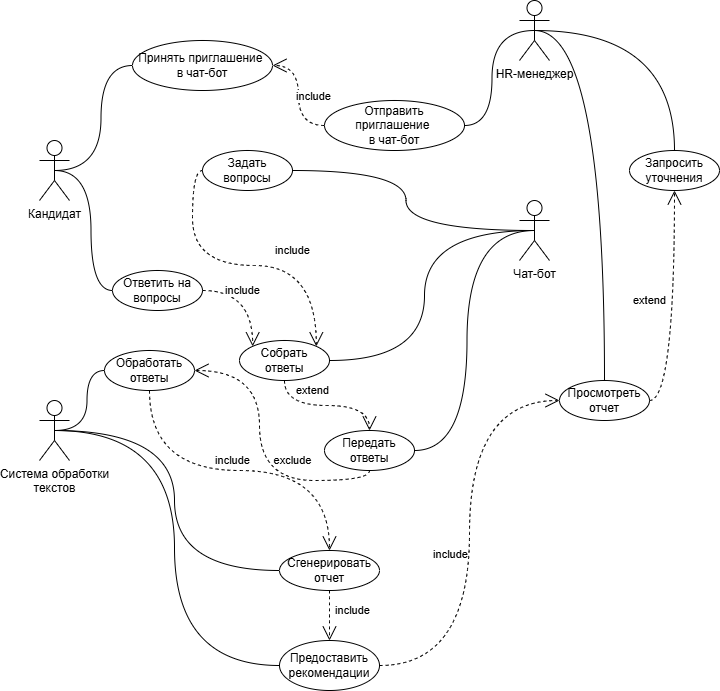
Before: Диаграмма вариантов использования.drawio.png, a diagram exported from draw.io (Evgeny-Yakovlev73/Diagramms). Source tidied: cells renumbered, new cells last; positions are measured from the earlier drawing's top-left corner, leaving out a move shared by most shapes. The source it was exported from:
```xml
<mxGraphModel background="#ffffff">
  <root>
    <mxCell id="0" style="html=1;" />
    <mxCell id="1" style="html=1;" parent="0" />
    <mxCell id="2" value="Кандидат" style="shape=umlActor;verticalLabelPosition=bottom;verticalAlign=top;html=1;outlineConnect=0;" parent="1" vertex="1">
      <mxGeometry y="140" width="30" height="60" as="geometry" />
    </mxCell>
    <mxCell id="3" value="HR-м&lt;span style=&quot;background-color: initial;&quot;&gt;енеджер&lt;/span&gt;" style="shape=umlActor;verticalLabelPosition=bottom;verticalAlign=top;html=1;outlineConnect=0;" parent="1" vertex="1">
      <mxGeometry x="480" width="30" height="60" as="geometry" />
    </mxCell>
    <mxCell id="4" value="Отправить приглашение&amp;nbsp;&lt;div&gt;в чат-бот&lt;/div&gt;" style="ellipse;whiteSpace=wrap;html=1;" parent="1" vertex="1">
      <mxGeometry x="285" y="100" width="140" height="50" as="geometry" />
    </mxCell>
    <mxCell id="5" value="Система обработки&lt;div&gt;текстов&lt;/div&gt;" style="shape=umlActor;verticalLabelPosition=bottom;verticalAlign=top;html=1;outlineConnect=0;" parent="1" vertex="1">
      <mxGeometry y="400" width="30" height="60" as="geometry" />
    </mxCell>
    <mxCell id="6" style="endArrow=none;html=1;edgeStyle=orthogonalEdgeStyle;rounded=0;entryX=0;entryY=0.5;entryDx=0;entryDy=0;elbow=vertical;exitX=0.5;exitY=0.5;exitDx=0;exitDy=0;exitPerimeter=0;curved=1;" parent="1" edge="1" source="2" target="17">
      <mxGeometry relative="1" as="geometry" />
    </mxCell>
    <mxCell id="7" value="Чат-бот" style="shape=umlActor;verticalLabelPosition=bottom;verticalAlign=top;html=1;outlineConnect=0;" parent="1" vertex="1">
      <mxGeometry x="480" y="200" width="30" height="60" as="geometry" />
    </mxCell>
    <mxCell id="8" value="Ответить на вопросы" style="ellipse;whiteSpace=wrap;html=1;" parent="1" vertex="1">
      <mxGeometry x="73" y="270" width="90" height="40" as="geometry" />
    </mxCell>
    <mxCell id="9" value="Задать вопросы" style="ellipse;whiteSpace=wrap;html=1;" parent="1" vertex="1">
      <mxGeometry x="163" y="150" width="90" height="40" as="geometry" />
    </mxCell>
    <mxCell id="10" value="Собрать ответы" style="ellipse;whiteSpace=wrap;html=1;" parent="1" vertex="1">
      <mxGeometry x="200" y="340" width="90" height="40" as="geometry" />
    </mxCell>
    <mxCell id="11" value="Передать ответы" style="ellipse;whiteSpace=wrap;html=1;" parent="1" vertex="1">
      <mxGeometry x="285" y="430" width="90" height="40" as="geometry" />
    </mxCell>
    <mxCell id="12" value="Обработать ответы" style="ellipse;whiteSpace=wrap;html=1;" parent="1" vertex="1">
      <mxGeometry x="65" y="350" width="90" height="40" as="geometry" />
    </mxCell>
    <mxCell id="13" value="Сгенерировать отчет" style="ellipse;whiteSpace=wrap;html=1;" parent="1" vertex="1">
      <mxGeometry x="240" y="550" width="100" height="40" as="geometry" />
    </mxCell>
    <mxCell id="14" value="Предоставить рекомендации" style="ellipse;whiteSpace=wrap;html=1;" parent="1" vertex="1">
      <mxGeometry x="240" y="640" width="100" height="50" as="geometry" />
    </mxCell>
    <mxCell id="15" value="Просмотреть отчет" style="ellipse;whiteSpace=wrap;html=1;" parent="1" vertex="1">
      <mxGeometry x="520" y="380" width="90" height="40" as="geometry" />
    </mxCell>
    <mxCell id="16" value="Запросить уточнения" style="ellipse;whiteSpace=wrap;html=1;" parent="1" vertex="1">
      <mxGeometry x="590" y="150" width="90" height="40" as="geometry" />
    </mxCell>
    <mxCell id="17" value="Принять приглашение&amp;nbsp;&lt;div&gt;в чат-бот&lt;/div&gt;" style="ellipse;whiteSpace=wrap;html=1;" parent="1" vertex="1">
      <mxGeometry x="93" y="40" width="140" height="50" as="geometry" />
    </mxCell>
    <mxCell id="18" value="include" style="endArrow=open;endSize=12;dashed=1;html=1;rounded=0;exitX=0;exitY=0.5;exitDx=0;exitDy=0;entryX=1;entryY=0.5;entryDx=0;entryDy=0;edgeStyle=orthogonalEdgeStyle;curved=1;" parent="1" edge="1" source="4" target="17">
      <mxGeometry x="-0.01" y="-15" relative="1" as="geometry" />
    </mxCell>
    <mxCell id="19" style="endArrow=none;html=1;edgeStyle=orthogonalEdgeStyle;rounded=0;elbow=vertical;curved=1;entryX=1;entryY=0.5;entryDx=0;entryDy=0;exitX=0.5;exitY=0.5;exitDx=0;exitDy=0;exitPerimeter=0;" parent="1" edge="1" source="3" target="4">
      <mxGeometry relative="1" as="geometry" />
    </mxCell>
    <mxCell id="20" style="endArrow=none;html=1;edgeStyle=orthogonalEdgeStyle;rounded=0;elbow=vertical;curved=1;entryX=1;entryY=0.5;entryDx=0;entryDy=0;exitX=0.5;exitY=0.5;exitDx=0;exitDy=0;exitPerimeter=0;" parent="1" edge="1" source="7" target="9">
      <mxGeometry relative="1" as="geometry" />
    </mxCell>
    <mxCell id="21" style="endArrow=none;html=1;edgeStyle=orthogonalEdgeStyle;rounded=0;entryX=0;entryY=0.5;entryDx=0;entryDy=0;elbow=vertical;exitX=0.5;exitY=0.5;exitDx=0;exitDy=0;exitPerimeter=0;curved=1;" parent="1" edge="1" source="2" target="8">
      <mxGeometry relative="1" as="geometry" />
    </mxCell>
    <mxCell id="22" value="include" style="endArrow=open;endSize=12;dashed=1;html=1;rounded=0;exitX=1;exitY=0.5;exitDx=0;exitDy=0;entryX=0;entryY=0;entryDx=0;entryDy=0;edgeStyle=orthogonalEdgeStyle;curved=1;" parent="1" edge="1" source="8" target="10">
      <mxGeometry x="-0.25" relative="1" as="geometry" />
    </mxCell>
    <mxCell id="23" value="include" style="endArrow=open;endSize=12;dashed=1;html=1;rounded=0;exitX=0;exitY=0.5;exitDx=0;exitDy=0;entryX=1;entryY=0;entryDx=0;entryDy=0;edgeStyle=orthogonalEdgeStyle;curved=1;" parent="1" edge="1" source="9" target="10">
      <mxGeometry x="0.33" y="15" relative="1" as="geometry" />
    </mxCell>
    <mxCell id="24" style="endArrow=none;html=1;edgeStyle=orthogonalEdgeStyle;rounded=0;elbow=vertical;curved=1;entryX=1;entryY=0.5;entryDx=0;entryDy=0;exitX=0.5;exitY=0.5;exitDx=0;exitDy=0;exitPerimeter=0;" parent="1" edge="1" source="7" target="10">
      <mxGeometry relative="1" as="geometry" />
    </mxCell>
    <mxCell id="25" style="endArrow=none;html=1;edgeStyle=orthogonalEdgeStyle;rounded=0;elbow=vertical;curved=1;entryX=1;entryY=0.5;entryDx=0;entryDy=0;exitX=0.5;exitY=0.5;exitDx=0;exitDy=0;exitPerimeter=0;" parent="1" edge="1" source="7" target="11">
      <mxGeometry relative="1" as="geometry" />
    </mxCell>
    <mxCell id="26" value="extend" style="endArrow=open;endSize=12;dashed=1;html=1;rounded=0;exitX=0.5;exitY=1;exitDx=0;exitDy=0;entryX=0.5;entryY=0;entryDx=0;entryDy=0;edgeStyle=orthogonalEdgeStyle;curved=1;" parent="1" edge="1" source="10" target="11">
      <mxGeometry x="-0.21" y="15" relative="1" as="geometry" />
    </mxCell>
    <mxCell id="27" value="exclude" style="endArrow=open;endSize=12;dashed=1;html=1;rounded=0;exitX=0.5;exitY=1;exitDx=0;exitDy=0;entryX=1;entryY=0.5;entryDx=0;entryDy=0;edgeStyle=orthogonalEdgeStyle;curved=1;" parent="1" edge="1" source="11" target="12">
      <mxGeometry x="-0.41" y="-20" relative="1" as="geometry" />
    </mxCell>
    <mxCell id="28" style="endArrow=none;html=1;edgeStyle=orthogonalEdgeStyle;rounded=0;entryX=0;entryY=0.5;entryDx=0;entryDy=0;elbow=vertical;exitX=0.5;exitY=0.5;exitDx=0;exitDy=0;exitPerimeter=0;curved=1;" parent="1" edge="1" source="5" target="12">
      <mxGeometry relative="1" as="geometry" />
    </mxCell>
    <mxCell id="29" style="endArrow=none;html=1;edgeStyle=orthogonalEdgeStyle;rounded=0;entryX=0;entryY=0.5;entryDx=0;entryDy=0;elbow=vertical;exitX=0.5;exitY=0.5;exitDx=0;exitDy=0;exitPerimeter=0;curved=1;" parent="1" edge="1" source="5" target="13">
      <mxGeometry relative="1" as="geometry" />
    </mxCell>
    <mxCell id="30" style="endArrow=none;html=1;edgeStyle=orthogonalEdgeStyle;rounded=0;entryX=0;entryY=0.5;entryDx=0;entryDy=0;elbow=vertical;exitX=0.5;exitY=0.5;exitDx=0;exitDy=0;exitPerimeter=0;curved=1;" parent="1" edge="1" source="5" target="14">
      <mxGeometry relative="1" as="geometry" />
    </mxCell>
    <mxCell id="31" value="include" style="endArrow=open;endSize=12;dashed=1;html=1;rounded=0;exitX=0.5;exitY=1;exitDx=0;exitDy=0;entryX=0.5;entryY=0;entryDx=0;entryDy=0;edgeStyle=orthogonalEdgeStyle;curved=1;" parent="1" edge="1" source="12" target="13">
      <mxGeometry x="-0.04" y="10" relative="1" as="geometry" />
    </mxCell>
    <mxCell id="32" value="include" style="endArrow=open;endSize=12;dashed=1;html=1;rounded=0;exitX=0.5;exitY=1;exitDx=0;exitDy=0;entryX=0.5;entryY=0;entryDx=0;entryDy=0;edgeStyle=orthogonalEdgeStyle;curved=1;" parent="1" edge="1" source="13" target="14">
      <mxGeometry x="-0.2" y="23" relative="1" as="geometry" />
    </mxCell>
    <mxCell id="33" value="include" style="endArrow=open;endSize=12;dashed=1;html=1;rounded=0;exitX=1;exitY=0.5;exitDx=0;exitDy=0;entryX=0;entryY=0.5;entryDx=0;entryDy=0;edgeStyle=orthogonalEdgeStyle;curved=1;" parent="1" edge="1" source="14" target="15">
      <mxGeometry x="-0.1" y="19" relative="1" as="geometry" />
    </mxCell>
    <mxCell id="34" style="endArrow=none;html=1;edgeStyle=orthogonalEdgeStyle;rounded=0;elbow=vertical;curved=1;entryX=0.5;entryY=0;entryDx=0;entryDy=0;exitX=0.5;exitY=0.5;exitDx=0;exitDy=0;exitPerimeter=0;" parent="1" edge="1" source="3" target="15">
      <mxGeometry relative="1" as="geometry" />
    </mxCell>
    <mxCell id="35" style="endArrow=none;html=1;edgeStyle=orthogonalEdgeStyle;rounded=0;elbow=vertical;curved=1;entryX=0.5;entryY=0;entryDx=0;entryDy=0;exitX=0.5;exitY=0.5;exitDx=0;exitDy=0;exitPerimeter=0;" parent="1" edge="1" source="3" target="16">
      <mxGeometry relative="1" as="geometry" />
    </mxCell>
    <mxCell id="36" value="extend" style="endArrow=open;endSize=12;dashed=1;html=1;rounded=0;exitX=1;exitY=0.5;exitDx=0;exitDy=0;entryX=0.5;entryY=1;entryDx=0;entryDy=0;edgeStyle=orthogonalEdgeStyle;curved=1;" parent="1" edge="1" source="15" target="16">
      <mxGeometry x="0.06" y="25" relative="1" as="geometry" />
    </mxCell>
  </root>
</mxGraphModel>
```
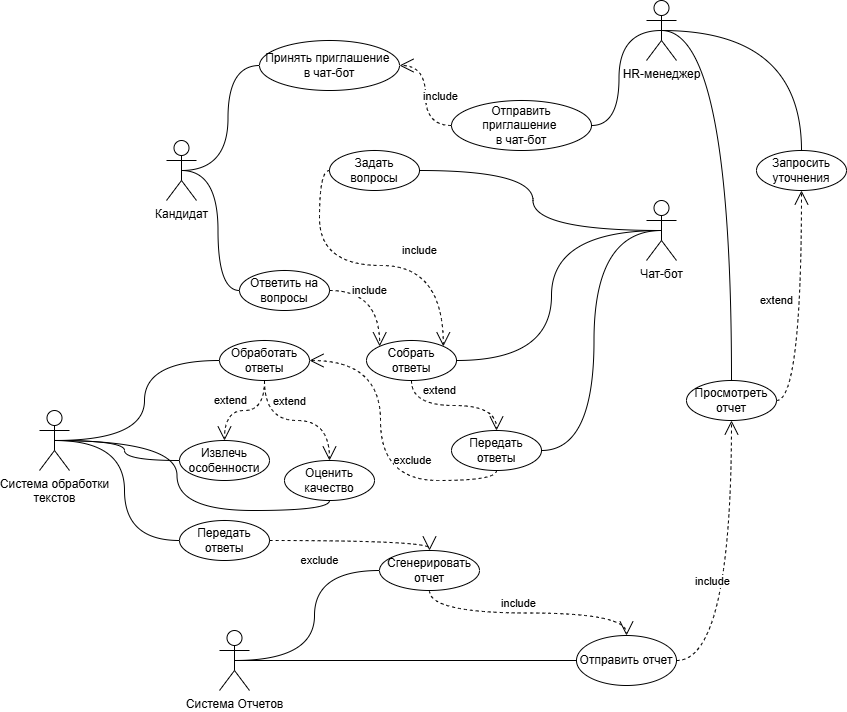
The same diagram one commit later.

Change to the diagram source:
```diff
@@ -12,7 +12,7 @@
       <mxGeometry x="285" y="100" width="140" height="50" as="geometry" />
     </mxCell>
     <mxCell id="5" value="Система обработки&lt;div&gt;текстов&lt;/div&gt;" style="shape=umlActor;verticalLabelPosition=bottom;verticalAlign=top;html=1;outlineConnect=0;" parent="1" vertex="1">
-      <mxGeometry y="400" width="30" height="60" as="geometry" />
+      <mxGeometry x="-127" y="410" width="30" height="60" as="geometry" />
     </mxCell>
     <mxCell id="6" style="endArrow=none;html=1;edgeStyle=orthogonalEdgeStyle;rounded=0;entryX=0;entryY=0.5;entryDx=0;entryDy=0;elbow=vertical;exitX=0.5;exitY=0.5;exitDx=0;exitDy=0;exitPerimeter=0;curved=1;" parent="1" edge="1" source="2" target="17">
       <mxGeometry relative="1" as="geometry" />
@@ -33,13 +33,13 @@
       <mxGeometry x="285" y="430" width="90" height="40" as="geometry" />
     </mxCell>
     <mxCell id="12" value="Обработать ответы" style="ellipse;whiteSpace=wrap;html=1;" parent="1" vertex="1">
-      <mxGeometry x="65" y="350" width="90" height="40" as="geometry" />
+      <mxGeometry x="53" y="340" width="90" height="40" as="geometry" />
     </mxCell>
     <mxCell id="13" value="Сгенерировать отчет" style="ellipse;whiteSpace=wrap;html=1;" parent="1" vertex="1">
-      <mxGeometry x="240" y="550" width="100" height="40" as="geometry" />
+      <mxGeometry x="213" y="550" width="100" height="40" as="geometry" />
     </mxCell>
-    <mxCell id="14" value="Предоставить рекомендации" style="ellipse;whiteSpace=wrap;html=1;" parent="1" vertex="1">
-      <mxGeometry x="240" y="640" width="100" height="50" as="geometry" />
+    <mxCell id="14" value="Отправить отчет" style="ellipse;whiteSpace=wrap;html=1;" parent="1" vertex="1">
+      <mxGeometry x="410" y="635" width="100" height="50" as="geometry" />
     </mxCell>
     <mxCell id="15" value="Просмотреть отчет" style="ellipse;whiteSpace=wrap;html=1;" parent="1" vertex="1">
       <mxGeometry x="520" y="380" width="90" height="40" as="geometry" />
@@ -83,19 +83,10 @@
     <mxCell id="28" style="endArrow=none;html=1;edgeStyle=orthogonalEdgeStyle;rounded=0;entryX=0;entryY=0.5;entryDx=0;entryDy=0;elbow=vertical;exitX=0.5;exitY=0.5;exitDx=0;exitDy=0;exitPerimeter=0;curved=1;" parent="1" edge="1" source="5" target="12">
       <mxGeometry relative="1" as="geometry" />
     </mxCell>
-    <mxCell id="29" style="endArrow=none;html=1;edgeStyle=orthogonalEdgeStyle;rounded=0;entryX=0;entryY=0.5;entryDx=0;entryDy=0;elbow=vertical;exitX=0.5;exitY=0.5;exitDx=0;exitDy=0;exitPerimeter=0;curved=1;" parent="1" edge="1" source="5" target="13">
-      <mxGeometry relative="1" as="geometry" />
-    </mxCell>
-    <mxCell id="30" style="endArrow=none;html=1;edgeStyle=orthogonalEdgeStyle;rounded=0;entryX=0;entryY=0.5;entryDx=0;entryDy=0;elbow=vertical;exitX=0.5;exitY=0.5;exitDx=0;exitDy=0;exitPerimeter=0;curved=1;" parent="1" edge="1" source="5" target="14">
-      <mxGeometry relative="1" as="geometry" />
-    </mxCell>
-    <mxCell id="31" value="include" style="endArrow=open;endSize=12;dashed=1;html=1;rounded=0;exitX=0.5;exitY=1;exitDx=0;exitDy=0;entryX=0.5;entryY=0;entryDx=0;entryDy=0;edgeStyle=orthogonalEdgeStyle;curved=1;" parent="1" edge="1" source="12" target="13">
-      <mxGeometry x="-0.04" y="10" relative="1" as="geometry" />
-    </mxCell>
     <mxCell id="32" value="include" style="endArrow=open;endSize=12;dashed=1;html=1;rounded=0;exitX=0.5;exitY=1;exitDx=0;exitDy=0;entryX=0.5;entryY=0;entryDx=0;entryDy=0;edgeStyle=orthogonalEdgeStyle;curved=1;" parent="1" edge="1" source="13" target="14">
-      <mxGeometry x="-0.2" y="23" relative="1" as="geometry" />
+      <mxGeometry x="-0.08" y="10" relative="1" as="geometry" />
     </mxCell>
-    <mxCell id="33" value="include" style="endArrow=open;endSize=12;dashed=1;html=1;rounded=0;exitX=1;exitY=0.5;exitDx=0;exitDy=0;entryX=0;entryY=0.5;entryDx=0;entryDy=0;edgeStyle=orthogonalEdgeStyle;curved=1;" parent="1" edge="1" source="14" target="15">
+    <mxCell id="33" value="include" style="endArrow=open;endSize=12;dashed=1;html=1;rounded=0;exitX=1;exitY=0.5;exitDx=0;exitDy=0;entryX=0.5;entryY=1;entryDx=0;entryDy=0;edgeStyle=orthogonalEdgeStyle;curved=1;" parent="1" edge="1" source="14" target="15">
       <mxGeometry x="-0.1" y="19" relative="1" as="geometry" />
     </mxCell>
     <mxCell id="34" style="endArrow=none;html=1;edgeStyle=orthogonalEdgeStyle;rounded=0;elbow=vertical;curved=1;entryX=0.5;entryY=0;entryDx=0;entryDy=0;exitX=0.5;exitY=0.5;exitDx=0;exitDy=0;exitPerimeter=0;" parent="1" edge="1" source="3" target="15">
@@ -107,5 +98,43 @@
     <mxCell id="36" value="extend" style="endArrow=open;endSize=12;dashed=1;html=1;rounded=0;exitX=1;exitY=0.5;exitDx=0;exitDy=0;entryX=0.5;entryY=1;entryDx=0;entryDy=0;edgeStyle=orthogonalEdgeStyle;curved=1;" parent="1" edge="1" source="15" target="16">
       <mxGeometry x="0.06" y="25" relative="1" as="geometry" />
     </mxCell>
+    <mxCell id="37" value="Система Отчетов" style="shape=umlActor;verticalLabelPosition=bottom;verticalAlign=top;html=1;outlineConnect=0;" parent="1" vertex="1">
+      <mxGeometry x="53" y="630" width="30" height="60" as="geometry" />
+    </mxCell>
+    <mxCell id="38" value="Оценить качество" style="ellipse;whiteSpace=wrap;html=1;" parent="1" vertex="1">
+      <mxGeometry x="118" y="460" width="90" height="40" as="geometry" />
+    </mxCell>
+    <mxCell id="39" value="extend" style="endArrow=open;endSize=12;dashed=1;html=1;rounded=0;entryX=0.5;entryY=0;entryDx=0;entryDy=0;edgeStyle=orthogonalEdgeStyle;curved=1;exitX=0.5;exitY=1;exitDx=0;exitDy=0;" parent="1" edge="1" source="12" target="38">
+      <mxGeometry x="-0.1" y="19" relative="1" as="geometry" />
+    </mxCell>
+    <mxCell id="40" value="extend" style="endArrow=open;endSize=12;dashed=1;html=1;rounded=0;entryX=0.5;entryY=0;entryDx=0;entryDy=0;edgeStyle=orthogonalEdgeStyle;curved=1;exitX=0.5;exitY=1;exitDx=0;exitDy=0;" parent="1" edge="1" source="12" target="44">
+      <mxGeometry x="0.36" y="-5" relative="1" as="geometry">
+        <mxPoint x="5" y="-5" as="offset" />
+      </mxGeometry>
+    </mxCell>
+    <mxCell id="41" value="Передать ответы" style="ellipse;whiteSpace=wrap;html=1;" parent="1" vertex="1">
+      <mxGeometry x="13" y="520" width="90" height="40" as="geometry" />
+    </mxCell>
+    <mxCell id="42" style="endArrow=none;html=1;edgeStyle=orthogonalEdgeStyle;rounded=0;entryX=0;entryY=0.5;entryDx=0;entryDy=0;elbow=vertical;exitX=0.5;exitY=0.5;exitDx=0;exitDy=0;exitPerimeter=0;curved=1;" parent="1" edge="1" source="5" target="41">
+      <mxGeometry relative="1" as="geometry" />
+    </mxCell>
+    <mxCell id="43" style="endArrow=none;html=1;edgeStyle=orthogonalEdgeStyle;rounded=0;entryX=0;entryY=0.5;entryDx=0;entryDy=0;elbow=vertical;exitX=0.5;exitY=0.5;exitDx=0;exitDy=0;exitPerimeter=0;curved=1;" parent="1" edge="1" source="5" target="44">
+      <mxGeometry relative="1" as="geometry" />
+    </mxCell>
+    <mxCell id="44" value="Извлечь особенности" style="ellipse;whiteSpace=wrap;html=1;" parent="1" vertex="1">
+      <mxGeometry x="13" y="440" width="90" height="40" as="geometry" />
+    </mxCell>
+    <mxCell id="45" style="endArrow=none;html=1;edgeStyle=orthogonalEdgeStyle;rounded=0;entryX=0;entryY=0.5;entryDx=0;entryDy=0;elbow=vertical;exitX=0.5;exitY=0.5;exitDx=0;exitDy=0;exitPerimeter=0;curved=1;" parent="1" edge="1" source="37" target="13">
+      <mxGeometry relative="1" as="geometry" />
+    </mxCell>
+    <mxCell id="46" style="endArrow=none;html=1;edgeStyle=orthogonalEdgeStyle;rounded=0;entryX=0;entryY=0.5;entryDx=0;entryDy=0;elbow=vertical;exitX=0.5;exitY=0.5;exitDx=0;exitDy=0;exitPerimeter=0;curved=1;" parent="1" edge="1" source="37" target="14">
+      <mxGeometry relative="1" as="geometry" />
+    </mxCell>
+    <mxCell id="47" value="exclude" style="endArrow=open;endSize=12;dashed=1;html=1;rounded=0;exitX=1;exitY=0.5;exitDx=0;exitDy=0;entryX=0.5;entryY=0;entryDx=0;entryDy=0;edgeStyle=orthogonalEdgeStyle;curved=1;" parent="1" edge="1" source="41" target="13">
+      <mxGeometry x="-0.41" y="-20" relative="1" as="geometry" />
+    </mxCell>
+    <mxCell id="48" style="endArrow=none;html=1;edgeStyle=orthogonalEdgeStyle;rounded=0;entryX=0.5;entryY=1;entryDx=0;entryDy=0;elbow=vertical;exitX=0.5;exitY=0.5;exitDx=0;exitDy=0;exitPerimeter=0;curved=1;" parent="1" edge="1" source="5" target="38">
+      <mxGeometry relative="1" as="geometry" />
+    </mxCell>
   </root>
 </mxGraphModel>
```
